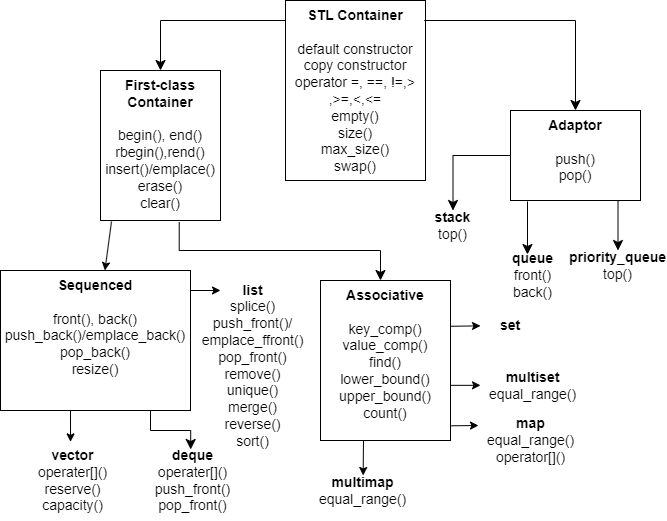
Earlier version of the draw.io export cpp/pics/container.drawio.png (zhaoyan/dev_doc). Source tidied: cells renumbered, new cells last; positions are measured from the earlier drawing's top-left corner, leaving out a move shared by most shapes.
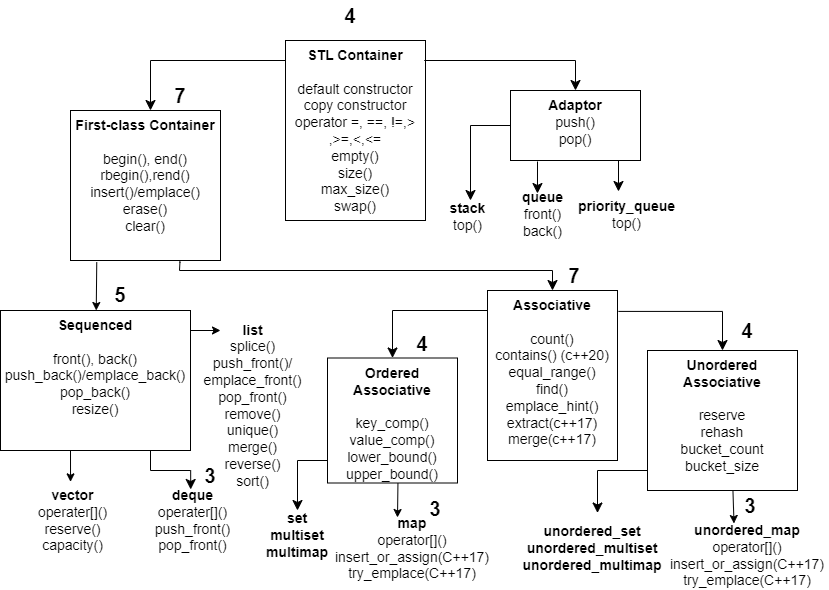
The same diagram one commit later.

Diff of the diagram source:
```diff
@@ -5,31 +5,25 @@
     <mxCell id="2" value="&lt;b style=&quot;font-size: 14px;&quot;&gt;STL Container&lt;/b&gt;&lt;div style=&quot;font-size: 14px;&quot;&gt;&lt;br&gt;&lt;/div&gt;&lt;div style=&quot;font-size: 14px;&quot;&gt;default constructor&lt;/div&gt;&lt;div style=&quot;font-size: 14px;&quot;&gt;copy constructor&lt;/div&gt;&lt;div style=&quot;font-size: 14px;&quot;&gt;operator =, ==, !=,&amp;gt;&lt;/div&gt;&lt;div style=&quot;font-size: 14px;&quot;&gt;,&amp;gt;=,&amp;lt;,&amp;lt;=&lt;/div&gt;&lt;div style=&quot;font-size: 14px;&quot;&gt;empty()&lt;/div&gt;&lt;div style=&quot;font-size: 14px;&quot;&gt;size()&lt;/div&gt;&lt;div style=&quot;font-size: 14px;&quot;&gt;max_size()&lt;/div&gt;&lt;div style=&quot;font-size: 14px;&quot;&gt;swap()&lt;/div&gt;" style="rounded=0;whiteSpace=wrap;html=1;verticalAlign=top;fontSize=14;" parent="1" vertex="1">
       <mxGeometry x="285" width="140" height="180" as="geometry" />
     </mxCell>
-    <mxCell id="3" value="&lt;b&gt;Adaptor&lt;/b&gt;&lt;br&gt;&lt;div style=&quot;font-size: 14px;&quot;&gt;&lt;br&gt;&lt;/div&gt;&lt;div style=&quot;font-size: 14px;&quot;&gt;push()&lt;/div&gt;&lt;div style=&quot;font-size: 14px;&quot;&gt;pop()&lt;/div&gt;" style="rounded=0;whiteSpace=wrap;html=1;verticalAlign=top;fontSize=14;" parent="1" vertex="1">
-      <mxGeometry x="510" y="110" width="130" height="90" as="geometry" />
+    <mxCell id="3" value="&lt;b&gt;Adaptor&lt;/b&gt;&lt;div style=&quot;font-size: 14px;&quot;&gt;push()&lt;/div&gt;&lt;div style=&quot;font-size: 14px;&quot;&gt;pop()&lt;/div&gt;" style="rounded=0;whiteSpace=wrap;html=1;verticalAlign=top;fontSize=14;" parent="1" vertex="1">
+      <mxGeometry x="510" y="50" width="130" height="70" as="geometry" />
     </mxCell>
     <mxCell id="4" value="&lt;b style=&quot;font-size: 14px;&quot;&gt;First-class Container&lt;/b&gt;&lt;div style=&quot;font-size: 14px;&quot;&gt;&lt;br&gt;&lt;/div&gt;&lt;div style=&quot;font-size: 14px;&quot;&gt;begin(), end()&lt;/div&gt;&lt;div style=&quot;font-size: 14px;&quot;&gt;rbegin(),rend()&lt;/div&gt;&lt;div style=&quot;font-size: 14px;&quot;&gt;insert()/emplace()&lt;/div&gt;&lt;div style=&quot;font-size: 14px;&quot;&gt;erase()&lt;/div&gt;&lt;div style=&quot;font-size: 14px;&quot;&gt;clear()&lt;/div&gt;" style="rounded=0;whiteSpace=wrap;html=1;verticalAlign=top;fontSize=14;" parent="1" vertex="1">
-      <mxGeometry x="100" y="70" width="120" height="150" as="geometry" />
+      <mxGeometry x="70" y="70" width="150" height="150" as="geometry" />
     </mxCell>
     <mxCell id="5" value="&lt;b&gt;Sequenced&lt;/b&gt;&lt;br&gt;&lt;div style=&quot;font-size: 14px;&quot;&gt;&lt;br&gt;&lt;/div&gt;&lt;div style=&quot;font-size: 14px;&quot;&gt;front(), back()&lt;/div&gt;&lt;div style=&quot;font-size: 14px;&quot;&gt;push_back()&lt;span style=&quot;background-color: initial;&quot;&gt;/emplace_back()&lt;/span&gt;&lt;/div&gt;&lt;div style=&quot;font-size: 14px;&quot;&gt;pop_back()&lt;/div&gt;&lt;div style=&quot;font-size: 14px;&quot;&gt;resize()&lt;/div&gt;" style="rounded=0;whiteSpace=wrap;html=1;verticalAlign=top;fontSize=14;" parent="1" vertex="1">
       <mxGeometry y="270" width="190" height="140" as="geometry" />
     </mxCell>
-    <mxCell id="6" value="&lt;b&gt;Associative&lt;/b&gt;&lt;br&gt;&lt;div style=&quot;font-size: 14px;&quot;&gt;&lt;br&gt;&lt;/div&gt;&lt;div style=&quot;font-size: 14px;&quot;&gt;key_comp()&lt;/div&gt;&lt;div style=&quot;font-size: 14px;&quot;&gt;value_comp()&lt;/div&gt;&lt;div style=&quot;font-size: 14px;&quot;&gt;find()&lt;/div&gt;&lt;div style=&quot;font-size: 14px;&quot;&gt;lower_bound()&lt;/div&gt;&lt;div style=&quot;font-size: 14px;&quot;&gt;upper_bound()&lt;/div&gt;&lt;div style=&quot;font-size: 14px;&quot;&gt;count()&lt;/div&gt;" style="rounded=0;whiteSpace=wrap;html=1;verticalAlign=top;fontSize=14;" parent="1" vertex="1">
-      <mxGeometry x="320" y="280" width="130" height="160" as="geometry" />
+    <mxCell id="6" value="&lt;b&gt;Associative&lt;/b&gt;&lt;br&gt;&lt;div style=&quot;font-size: 14px;&quot;&gt;&lt;br&gt;&lt;/div&gt;&lt;div style=&quot;font-size: 14px;&quot;&gt;&lt;div&gt;count()&lt;/div&gt;&lt;div&gt;contains() (c++20)&lt;/div&gt;&lt;/div&gt;&lt;div style=&quot;font-size: 14px;&quot;&gt;equal_range()&lt;/div&gt;&lt;div style=&quot;font-size: 14px;&quot;&gt;find()&lt;/div&gt;&lt;div style=&quot;font-size: 14px;&quot;&gt;emplace_hint()&lt;br&gt;&lt;/div&gt;&lt;div style=&quot;font-size: 14px;&quot;&gt;extract(c++17)&lt;/div&gt;&lt;div style=&quot;font-size: 14px;&quot;&gt;merge(c++17)&lt;/div&gt;&lt;div style=&quot;font-size: 14px;&quot;&gt;&lt;br&gt;&lt;/div&gt;" style="rounded=0;whiteSpace=wrap;html=1;verticalAlign=top;fontSize=14;" parent="1" vertex="1">
+      <mxGeometry x="487" y="250" width="130" height="170" as="geometry" />
     </mxCell>
-    <mxCell id="7" value="&lt;b&gt;set&lt;/b&gt;" style="text;html=1;align=center;verticalAlign=middle;whiteSpace=wrap;rounded=0;fontSize=14;" parent="1" vertex="1">
-      <mxGeometry x="480" y="310" width="60" height="30" as="geometry" />
+    <mxCell id="7" value="&lt;b&gt;set&lt;/b&gt;&lt;div&gt;&lt;b&gt;multiset&lt;/b&gt;&lt;/div&gt;&lt;div&gt;&lt;b&gt;multimap&lt;/b&gt;&lt;/div&gt;" style="text;html=1;align=center;verticalAlign=middle;whiteSpace=wrap;rounded=0;fontSize=14;" parent="1" vertex="1">
+      <mxGeometry x="257" y="460" width="80" height="70" as="geometry" />
     </mxCell>
-    <mxCell id="8" value="&lt;b&gt;multiset&lt;/b&gt;&lt;div style=&quot;font-size: 14px;&quot;&gt;equal_range()&lt;/div&gt;" style="text;html=1;align=center;verticalAlign=middle;whiteSpace=wrap;rounded=0;fontSize=14;" parent="1" vertex="1">
-      <mxGeometry x="490" y="370" width="85" height="30" as="geometry" />
-    </mxCell>
-    <mxCell id="9" value="&lt;b&gt;map&lt;/b&gt;&lt;br&gt;&lt;div style=&quot;font-size: 14px;&quot;&gt;equal_range()&lt;/div&gt;&lt;div style=&quot;font-size: 14px;&quot;&gt;operator[]()&lt;/div&gt;" style="text;html=1;align=center;verticalAlign=middle;whiteSpace=wrap;rounded=0;fontSize=14;" parent="1" vertex="1">
-      <mxGeometry x="488" y="410" width="85" height="60" as="geometry" />
+    <mxCell id="9" value="&lt;b&gt;map&lt;/b&gt;&lt;div style=&quot;font-size: 14px;&quot;&gt;operator[]()&lt;/div&gt;&lt;div style=&quot;font-size: 14px;&quot;&gt;insert_or_assign(C++17)&lt;/div&gt;&lt;div style=&quot;font-size: 14px;&quot;&gt;try_emplace(C++17)&lt;/div&gt;" style="text;html=1;align=center;verticalAlign=middle;whiteSpace=wrap;rounded=0;fontSize=14;" parent="1" vertex="1">
+      <mxGeometry x="331" y="472.5" width="162" height="70" as="geometry" />
     </mxCell>
-    <mxCell id="10" value="&lt;b&gt;multimap&lt;/b&gt;&lt;div style=&quot;font-size: 14px;&quot;&gt;equal_range()&lt;/div&gt;" style="text;html=1;align=center;verticalAlign=middle;whiteSpace=wrap;rounded=0;fontSize=14;" parent="1" vertex="1">
-      <mxGeometry x="320" y="475" width="85" height="30" as="geometry" />
-    </mxCell>
-    <mxCell id="11" value="&lt;b&gt;list&lt;/b&gt;&lt;br&gt;&lt;div style=&quot;font-size: 14px;&quot;&gt;splice()&lt;/div&gt;&lt;div style=&quot;font-size: 14px;&quot;&gt;push_front()/&lt;/div&gt;&lt;div style=&quot;font-size: 14px;&quot;&gt;emplace_ffront()&lt;/div&gt;&lt;div style=&quot;font-size: 14px;&quot;&gt;pop_front()&lt;/div&gt;&lt;div style=&quot;font-size: 14px;&quot;&gt;remove()&lt;/div&gt;&lt;div style=&quot;font-size: 14px;&quot;&gt;unique()&lt;/div&gt;&lt;div style=&quot;font-size: 14px;&quot;&gt;merge()&lt;/div&gt;&lt;div style=&quot;font-size: 14px;&quot;&gt;reverse()&lt;/div&gt;&lt;div style=&quot;font-size: 14px;&quot;&gt;sort()&lt;/div&gt;" style="text;html=1;align=center;verticalAlign=middle;whiteSpace=wrap;rounded=0;fontSize=14;" parent="1" vertex="1">
+    <mxCell id="11" value="&lt;b&gt;list&lt;/b&gt;&lt;br&gt;&lt;div style=&quot;font-size: 14px;&quot;&gt;splice()&lt;/div&gt;&lt;div style=&quot;font-size: 14px;&quot;&gt;push_front()/&lt;/div&gt;&lt;div style=&quot;font-size: 14px;&quot;&gt;emplace_front()&lt;/div&gt;&lt;div style=&quot;font-size: 14px;&quot;&gt;pop_front()&lt;/div&gt;&lt;div style=&quot;font-size: 14px;&quot;&gt;remove()&lt;/div&gt;&lt;div style=&quot;font-size: 14px;&quot;&gt;unique()&lt;/div&gt;&lt;div style=&quot;font-size: 14px;&quot;&gt;merge()&lt;/div&gt;&lt;div style=&quot;font-size: 14px;&quot;&gt;reverse()&lt;/div&gt;&lt;div style=&quot;font-size: 14px;&quot;&gt;sort()&lt;/div&gt;" style="text;html=1;align=center;verticalAlign=middle;whiteSpace=wrap;rounded=0;fontSize=14;" parent="1" vertex="1">
       <mxGeometry x="210" y="280" width="85" height="170" as="geometry" />
     </mxCell>
     <mxCell id="12" value="&lt;b&gt;deque&lt;/b&gt;&lt;br&gt;&lt;div style=&quot;font-size: 14px;&quot;&gt;operater[]()&lt;/div&gt;&lt;div style=&quot;font-size: 14px;&quot;&gt;push_front()&lt;/div&gt;&lt;div style=&quot;font-size: 14px;&quot;&gt;pop_front()&lt;/div&gt;" style="text;html=1;align=center;verticalAlign=middle;whiteSpace=wrap;rounded=0;fontSize=14;" parent="1" vertex="1">
@@ -39,13 +33,13 @@
       <mxGeometry x="30" y="440" width="85" height="80" as="geometry" />
     </mxCell>
     <mxCell id="14" value="&lt;b&gt;stack&lt;/b&gt;&lt;div style=&quot;font-size: 14px;&quot;&gt;top()&lt;/div&gt;" style="text;html=1;align=center;verticalAlign=middle;whiteSpace=wrap;rounded=0;fontSize=14;" parent="1" vertex="1">
-      <mxGeometry x="410" y="210" width="85" height="30" as="geometry" />
+      <mxGeometry x="425" y="161" width="85" height="30" as="geometry" />
     </mxCell>
     <mxCell id="15" value="&lt;b&gt;queue&lt;/b&gt;&lt;div&gt;front()&lt;/div&gt;&lt;div&gt;back()&lt;/div&gt;" style="text;html=1;align=center;verticalAlign=middle;whiteSpace=wrap;rounded=0;fontSize=14;" parent="1" vertex="1">
-      <mxGeometry x="490" y="250" width="85" height="50" as="geometry" />
+      <mxGeometry x="500" y="149" width="85" height="50" as="geometry" />
     </mxCell>
     <mxCell id="16" value="&lt;b&gt;priority_queue&lt;/b&gt;&lt;br&gt;&lt;div style=&quot;font-size: 14px;&quot;&gt;top()&lt;/div&gt;" style="text;html=1;align=center;verticalAlign=middle;whiteSpace=wrap;rounded=0;fontSize=14;" parent="1" vertex="1">
-      <mxGeometry x="575" y="250" width="85" height="30" as="geometry" />
+      <mxGeometry x="584" y="159" width="85" height="30" as="geometry" />
     </mxCell>
     <mxCell id="17" style="edgeStyle=segmentEdgeStyle;endArrow=classic;html=1;curved=0;rounded=0;endSize=8;startSize=8;" parent="1" edge="1" target="3">
       <mxGeometry relative="1" as="geometry">
@@ -56,44 +50,38 @@
         </Array>
       </mxGeometry>
     </mxCell>
-    <mxCell id="18" style="edgeStyle=segmentEdgeStyle;endArrow=classic;html=1;curved=0;rounded=0;endSize=8;startSize=8;exitX=0;exitY=0.5;exitDx=0;exitDy=0;entryX=0.5;entryY=0;entryDx=0;entryDy=0;" parent="1" edge="1" source="3" target="14">
-      <mxGeometry relative="1" as="geometry" />
+    <mxCell id="18" style="edgeStyle=segmentEdgeStyle;endArrow=classic;html=1;curved=0;rounded=0;endSize=8;startSize=8;exitX=0;exitY=0.5;exitDx=0;exitDy=0;" parent="1" edge="1" source="3">
+      <mxGeometry relative="1" as="geometry">
+        <mxPoint x="470" y="160" as="targetPoint" />
+      </mxGeometry>
     </mxCell>
     <mxCell id="19" style="edgeStyle=segmentEdgeStyle;endArrow=classic;html=1;curved=0;rounded=0;endSize=8;startSize=8;entryX=0.435;entryY=0.08;entryDx=0;entryDy=0;entryPerimeter=0;" parent="1" edge="1" target="15">
       <mxGeometry relative="1" as="geometry">
-        <mxPoint x="527" y="201" as="sourcePoint" />
+        <mxPoint x="537" y="121" as="sourcePoint" />
       </mxGeometry>
     </mxCell>
-    <mxCell id="20" style="edgeStyle=segmentEdgeStyle;endArrow=classic;html=1;curved=0;rounded=0;endSize=8;startSize=8;entryX=0.5;entryY=0;entryDx=0;entryDy=0;exitX=0.841;exitY=1.001;exitDx=0;exitDy=0;exitPerimeter=0;" parent="1" edge="1" source="3" target="16">
-      <mxGeometry relative="1" as="geometry" />
+    <mxCell id="20" style="edgeStyle=segmentEdgeStyle;endArrow=classic;html=1;curved=0;rounded=0;endSize=8;startSize=8;" parent="1" edge="1">
+      <mxGeometry relative="1" as="geometry">
+        <mxPoint x="619" y="120" as="sourcePoint" />
+        <mxPoint x="618" y="151" as="targetPoint" />
+      </mxGeometry>
     </mxCell>
-    <mxCell id="21" style="edgeStyle=segmentEdgeStyle;endArrow=classic;html=1;curved=0;rounded=0;endSize=8;startSize=8;exitX=0;exitY=0.278;exitDx=0;exitDy=0;exitPerimeter=0;entryX=0.5;entryY=0;entryDx=0;entryDy=0;" parent="1" edge="1" source="2" target="4">
+    <mxCell id="21" style="edgeStyle=segmentEdgeStyle;endArrow=classic;html=1;curved=0;rounded=0;endSize=8;startSize=8;exitX=0;exitY=0.278;exitDx=0;exitDy=0;exitPerimeter=0;" parent="1" edge="1" source="2">
       <mxGeometry relative="1" as="geometry">
+        <mxPoint x="150" y="70" as="targetPoint" />
         <Array as="points">
           <mxPoint x="285" y="20" />
-          <mxPoint x="160" y="20" />
+          <mxPoint x="150" y="20" />
+          <mxPoint x="150" y="70" />
         </Array>
       </mxGeometry>
     </mxCell>
-    <mxCell id="22" style="endArrow=classic;html=1;rounded=0;exitX=1;exitY=0.286;exitDx=0;exitDy=0;exitPerimeter=0;" parent="1" edge="1" source="6" target="7">
-      <mxGeometry relative="1" as="geometry" />
-    </mxCell>
-    <mxCell id="23" style="endArrow=classic;html=1;rounded=0;exitX=1;exitY=0.25;exitDx=0;exitDy=0;" parent="1" edge="1">
-      <mxGeometry relative="1" as="geometry">
-        <mxPoint x="450" y="384.8" as="sourcePoint" />
-        <mxPoint x="480" y="384.8" as="targetPoint" />
-      </mxGeometry>
-    </mxCell>
-    <mxCell id="24" style="endArrow=classic;html=1;rounded=0;exitX=1.007;exitY=0.908;exitDx=0;exitDy=0;exitPerimeter=0;" parent="1" edge="1" source="6">
+    <mxCell id="24" style="endArrow=classic;html=1;rounded=0;exitX=1.007;exitY=0.908;exitDx=0;exitDy=0;exitPerimeter=0;" parent="1" edge="1">
       <mxGeometry relative="1" as="geometry">
-        <mxPoint x="478" y="425" as="targetPoint" />
+        <mxPoint x="397.5" y="442.5" as="sourcePoint" />
+        <mxPoint x="397" y="477" as="targetPoint" />
       </mxGeometry>
     </mxCell>
-    <mxCell id="25" style="endArrow=classic;html=1;rounded=0;exitX=1;exitY=0.25;exitDx=0;exitDy=0;" parent="1" edge="1" target="10">
-      <mxGeometry relative="1" as="geometry">
-        <mxPoint x="363" y="440" as="sourcePoint" />
-      </mxGeometry>
-    </mxCell>
     <mxCell id="26" style="endArrow=classic;html=1;rounded=0;exitX=1;exitY=0.25;exitDx=0;exitDy=0;" parent="1" edge="1">
       <mxGeometry relative="1" as="geometry">
         <mxPoint x="190" y="290" as="sourcePoint" />
@@ -114,20 +102,89 @@
         </Array>
       </mxGeometry>
     </mxCell>
-    <mxCell id="29" style="endArrow=classic;html=1;rounded=0;" parent="1" edge="1" target="5">
-      <mxGeometry relative="1" as="geometry">
-        <mxPoint x="111" y="221" as="sourcePoint" />
-      </mxGeometry>
+    <mxCell id="29" style="endArrow=classic;html=1;rounded=0;exitX=0.175;exitY=1.012;exitDx=0;exitDy=0;exitPerimeter=0;" parent="1" edge="1" source="4" target="5">
+      <mxGeometry relative="1" as="geometry" />
     </mxCell>
-    <mxCell id="30" style="edgeStyle=segmentEdgeStyle;endArrow=classic;html=1;curved=0;rounded=0;endSize=8;startSize=8;exitX=0.656;exitY=1.012;exitDx=0;exitDy=0;exitPerimeter=0;" parent="1" edge="1" source="4">
+    <mxCell id="30" style="edgeStyle=segmentEdgeStyle;endArrow=classic;html=1;curved=0;rounded=0;endSize=8;startSize=8;exitX=0.729;exitY=0.997;exitDx=0;exitDy=0;exitPerimeter=0;" parent="1" edge="1" source="4" target="6">
       <mxGeometry relative="1" as="geometry">
-        <mxPoint x="380" y="280" as="targetPoint" />
         <Array as="points">
-          <mxPoint x="179" y="250" />
-          <mxPoint x="380" y="250" />
-          <mxPoint x="380" y="280" />
+          <mxPoint x="179" y="222" />
+          <mxPoint x="179" y="230" />
+          <mxPoint x="552" y="230" />
         </Array>
       </mxGeometry>
     </mxCell>
+    <mxCell id="31" value="&lt;b&gt;Ordered Associative&lt;/b&gt;&lt;br&gt;&lt;div style=&quot;font-size: 14px;&quot;&gt;&lt;br&gt;&lt;/div&gt;&lt;div style=&quot;font-size: 14px;&quot;&gt;key_comp()&lt;/div&gt;&lt;div style=&quot;font-size: 14px;&quot;&gt;value_comp()&lt;/div&gt;&lt;div style=&quot;font-size: 14px;&quot;&gt;lower_bound()&lt;/div&gt;&lt;div style=&quot;font-size: 14px;&quot;&gt;upper_bound()&lt;/div&gt;&lt;div style=&quot;font-size: 14px;&quot;&gt;&lt;br&gt;&lt;/div&gt;" style="rounded=0;whiteSpace=wrap;html=1;verticalAlign=top;fontSize=14;" parent="1" vertex="1">
+      <mxGeometry x="327" y="317.5" width="130" height="125" as="geometry" />
+    </mxCell>
+    <mxCell id="32" value="&lt;b&gt;Unordered Associative&lt;/b&gt;&lt;br&gt;&lt;div style=&quot;font-size: 14px;&quot;&gt;&lt;br&gt;&lt;/div&gt;&lt;div style=&quot;font-size: 14px;&quot;&gt;reserve&lt;/div&gt;&lt;div style=&quot;font-size: 14px;&quot;&gt;rehash&lt;/div&gt;&lt;div style=&quot;font-size: 14px;&quot;&gt;bucket_count&lt;/div&gt;&lt;div style=&quot;font-size: 14px;&quot;&gt;bucket_size&lt;/div&gt;" style="rounded=0;whiteSpace=wrap;html=1;verticalAlign=top;fontSize=14;" parent="1" vertex="1">
+      <mxGeometry x="647" y="310" width="150" height="140" as="geometry" />
+    </mxCell>
+    <mxCell id="33" style="edgeStyle=segmentEdgeStyle;endArrow=classic;html=1;curved=0;rounded=0;endSize=8;startSize=8;entryX=0.5;entryY=0;entryDx=0;entryDy=0;" parent="1" edge="1" target="31">
+      <mxGeometry relative="1" as="geometry">
+        <mxPoint x="487" y="270" as="sourcePoint" />
+      </mxGeometry>
+    </mxCell>
+    <mxCell id="34" style="edgeStyle=segmentEdgeStyle;endArrow=classic;html=1;curved=0;rounded=0;endSize=8;startSize=8;entryX=0.5;entryY=0;entryDx=0;entryDy=0;exitX=1.007;exitY=0.123;exitDx=0;exitDy=0;exitPerimeter=0;" parent="1" edge="1" source="6" target="32">
+      <mxGeometry relative="1" as="geometry">
+        <Array as="points">
+          <mxPoint x="722" y="271" />
+        </Array>
+      </mxGeometry>
+    </mxCell>
+    <mxCell id="35" value="&lt;b&gt;unordered_set&lt;/b&gt;&lt;div&gt;&lt;b&gt;unordered_multiset&lt;/b&gt;&lt;/div&gt;&lt;div&gt;&lt;b&gt;unordered_multimap&lt;/b&gt;&lt;/div&gt;" style="text;html=1;align=center;verticalAlign=middle;whiteSpace=wrap;rounded=0;fontSize=14;" parent="1" vertex="1">
+      <mxGeometry x="517" y="472.5" width="150" height="70" as="geometry" />
+    </mxCell>
+    <mxCell id="36" value="&lt;b&gt;unordered_map&lt;/b&gt;&lt;div style=&quot;font-size: 14px;&quot;&gt;operator[]()&lt;/div&gt;&lt;div style=&quot;font-size: 14px;&quot;&gt;insert_or_assign(C++17)&lt;/div&gt;&lt;div style=&quot;font-size: 14px;&quot;&gt;try_emplace(C++17)&lt;/div&gt;" style="text;html=1;align=center;verticalAlign=middle;whiteSpace=wrap;rounded=0;fontSize=14;" parent="1" vertex="1">
+      <mxGeometry x="666" y="480" width="162" height="70" as="geometry" />
+    </mxCell>
+    <mxCell id="37" style="endArrow=classic;html=1;rounded=0;exitX=1.007;exitY=0.908;exitDx=0;exitDy=0;exitPerimeter=0;" parent="1" edge="1">
+      <mxGeometry relative="1" as="geometry">
+        <mxPoint x="732.5" y="450" as="sourcePoint" />
+        <mxPoint x="733.5" y="483" as="targetPoint" />
+      </mxGeometry>
+    </mxCell>
+    <mxCell id="38" value="&lt;font style=&quot;font-size: 20px;&quot;&gt;&lt;b&gt;4&lt;/b&gt;&lt;/font&gt;" style="text;html=1;align=center;verticalAlign=middle;whiteSpace=wrap;rounded=0;" parent="1" vertex="1">
+      <mxGeometry x="737" y="275" width="20" height="30" as="geometry" />
+    </mxCell>
+    <mxCell id="39" value="&lt;font style=&quot;font-size: 20px;&quot;&gt;&lt;b&gt;4&lt;/b&gt;&lt;/font&gt;" style="text;html=1;align=center;verticalAlign=middle;whiteSpace=wrap;rounded=0;" parent="1" vertex="1">
+      <mxGeometry x="340" y="-40" width="20" height="30" as="geometry" />
+    </mxCell>
+    <mxCell id="40" value="&lt;span style=&quot;font-size: 20px;&quot;&gt;&lt;b&gt;7&lt;/b&gt;&lt;/span&gt;" style="text;html=1;align=center;verticalAlign=middle;whiteSpace=wrap;rounded=0;" parent="1" vertex="1">
+      <mxGeometry x="170" y="40" width="20" height="30" as="geometry" />
+    </mxCell>
+    <mxCell id="41" value="&lt;span style=&quot;font-size: 20px;&quot;&gt;&lt;b&gt;3&lt;/b&gt;&lt;/span&gt;" style="text;html=1;align=center;verticalAlign=middle;whiteSpace=wrap;rounded=0;" parent="1" vertex="1">
+      <mxGeometry x="424.5" y="452.5" width="20" height="30" as="geometry" />
+    </mxCell>
+    <mxCell id="42" value="&lt;font style=&quot;font-size: 20px;&quot;&gt;&lt;b&gt;4&lt;/b&gt;&lt;/font&gt;" style="text;html=1;align=center;verticalAlign=middle;whiteSpace=wrap;rounded=0;" parent="1" vertex="1">
+      <mxGeometry x="412" y="287.5" width="20" height="30" as="geometry" />
+    </mxCell>
+    <mxCell id="43" value="&lt;span style=&quot;font-size: 20px;&quot;&gt;&lt;b&gt;7&lt;/b&gt;&lt;/span&gt;" style="text;html=1;align=center;verticalAlign=middle;whiteSpace=wrap;rounded=0;" parent="1" vertex="1">
+      <mxGeometry x="564" y="220" width="20" height="30" as="geometry" />
+    </mxCell>
+    <mxCell id="44" value="&lt;span style=&quot;font-size: 20px;&quot;&gt;&lt;b&gt;5&lt;/b&gt;&lt;/span&gt;" style="text;html=1;align=center;verticalAlign=middle;whiteSpace=wrap;rounded=0;" parent="1" vertex="1">
+      <mxGeometry x="110" y="239" width="20" height="30" as="geometry" />
+    </mxCell>
+    <mxCell id="45" value="&lt;span style=&quot;font-size: 20px;&quot;&gt;&lt;b&gt;3&lt;/b&gt;&lt;/span&gt;" style="text;html=1;align=center;verticalAlign=middle;whiteSpace=wrap;rounded=0;" parent="1" vertex="1">
+      <mxGeometry x="200" y="420" width="20" height="30" as="geometry" />
+    </mxCell>
+    <mxCell id="46" value="&lt;span style=&quot;font-size: 20px;&quot;&gt;&lt;b&gt;3&lt;/b&gt;&lt;/span&gt;" style="text;html=1;align=center;verticalAlign=middle;whiteSpace=wrap;rounded=0;" parent="1" vertex="1">
+      <mxGeometry x="739.5" y="450" width="20" height="30" as="geometry" />
+    </mxCell>
+    <mxCell id="47" style="edgeStyle=segmentEdgeStyle;endArrow=classic;html=1;curved=0;rounded=0;endSize=8;startSize=8;exitX=0;exitY=0.5;exitDx=0;exitDy=0;" parent="1" edge="1">
+      <mxGeometry relative="1" as="geometry">
+        <mxPoint x="327" y="420" as="sourcePoint" />
+        <mxPoint x="297" y="470" as="targetPoint" />
+      </mxGeometry>
+    </mxCell>
+    <mxCell id="48" style="edgeStyle=segmentEdgeStyle;endArrow=classic;html=1;curved=0;rounded=0;endSize=8;startSize=8;exitX=0;exitY=0.5;exitDx=0;exitDy=0;" parent="1" edge="1" target="35">
+      <mxGeometry relative="1" as="geometry">
+        <mxPoint x="647" y="425" as="sourcePoint" />
+        <Array as="points">
+          <mxPoint x="647" y="430" />
+          <mxPoint x="597" y="430" />
+        </Array>
+      </mxGeometry>
+    </mxCell>
   </root>
 </mxGraphModel>
```
